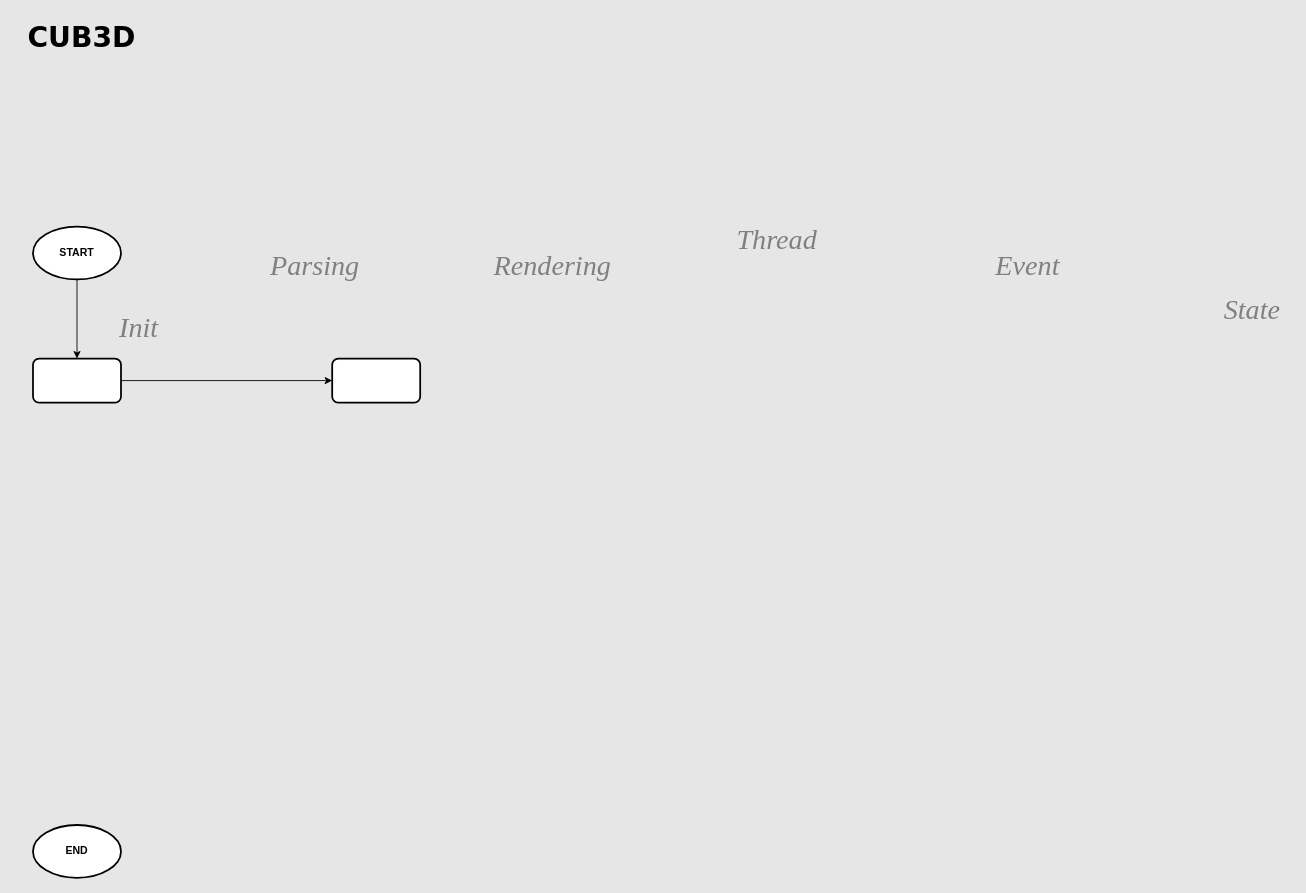
A1astar/cub3d keeps this draw.io diagram as diagram/cub3d.drawio. Above is the earlier version. Source tidied: cells renumbered, new cells numbered last; positions are measured from the earlier drawing's top-left corner, leaving out a move shared by most shapes. Both pictures are drawn from the tidied source at 88%, with x=0, y=0 at pixel (15, 15).
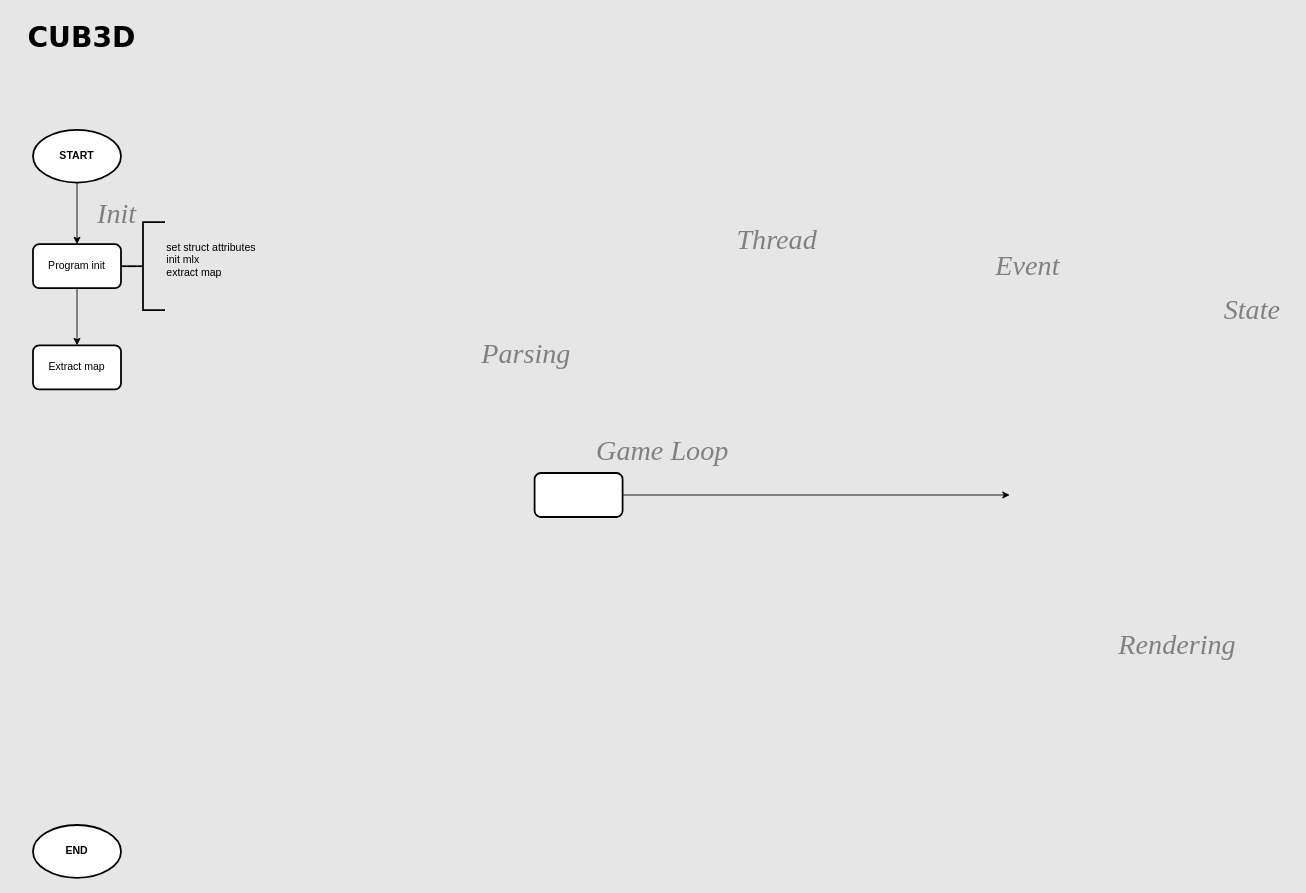
Above is the later version.

Change to the diagram source:
```diff
@@
 <mxGraphModel background="#E6E6E6">
   <root>
     <mxCell id="0" />
     <mxCell id="1" parent="0" />
     <mxCell id="2" value="&lt;font face=&quot;Verdana&quot; style=&quot;font-size: 32px; color: rgb(0, 0, 0);&quot;&gt;&lt;b style=&quot;&quot;&gt;CUB3D&lt;/b&gt;&lt;/font&gt;" style="text;html=1;align=center;verticalAlign=middle;strokeColor=none;fillColor=none;" parent="1" vertex="1">
       <mxGeometry width="150" height="50" as="geometry" />
     </mxCell>
     <mxCell id="3" value="&lt;font face=&quot;Times New Roman&quot; style=&quot;font-size: 32px; color: rgb(128, 128, 128);&quot;&gt;&lt;i style=&quot;&quot;&gt;Parsing&lt;/i&gt;&lt;/font&gt;" style="text;html=1;align=center;verticalAlign=middle;strokeColor=none;fillColor=none;" parent="1" vertex="1">
-      <mxGeometry x="280" y="260" width="120" height="50" as="geometry" />
+      <mxGeometry x="520" y="360" width="120" height="50" as="geometry" />
     </mxCell>
     <mxCell id="4" value="&lt;font face=&quot;Times New Roman&quot; style=&quot;font-size: 32px; color: rgb(128, 128, 128);&quot;&gt;&lt;i style=&quot;&quot;&gt;Rendering&lt;/i&gt;&lt;/font&gt;" style="text;html=1;align=center;verticalAlign=middle;strokeColor=none;fillColor=none;" parent="1" vertex="1">
-      <mxGeometry x="530" y="260" width="160" height="50" as="geometry" />
+      <mxGeometry x="1240" y="690" width="160" height="50" as="geometry" />
     </mxCell>
     <mxCell id="5" value="&lt;font face=&quot;Times New Roman&quot; style=&quot;font-size: 32px; color: rgb(128, 128, 128);&quot;&gt;&lt;i style=&quot;&quot;&gt;Thread&lt;/i&gt;&lt;/font&gt;" style="text;html=1;align=center;verticalAlign=middle;strokeColor=none;fillColor=none;" parent="1" vertex="1">
       <mxGeometry x="810" y="230" width="110" height="50" as="geometry" />
     </mxCell>
     <mxCell id="6" value="&lt;font face=&quot;Times New Roman&quot; style=&quot;font-size: 32px; color: rgb(128, 128, 128);&quot;&gt;&lt;i style=&quot;&quot;&gt;Event&lt;/i&gt;&lt;/font&gt;" style="text;html=1;align=center;verticalAlign=middle;strokeColor=none;fillColor=none;" parent="1" vertex="1">
       <mxGeometry x="1100" y="260" width="100" height="50" as="geometry" />
     </mxCell>
     <mxCell id="7" value="&lt;font face=&quot;Times New Roman&quot; style=&quot;font-size: 32px; color: rgb(128, 128, 128);&quot;&gt;&lt;i style=&quot;&quot;&gt;State&lt;/i&gt;&lt;/font&gt;" style="text;html=1;align=center;verticalAlign=middle;strokeColor=none;fillColor=none;" parent="1" vertex="1">
       <mxGeometry x="1360" y="310" width="90" height="50" as="geometry" />
     </mxCell>
-    <mxCell id="8" style="edgeStyle=orthogonalEdgeStyle;rounded=0;jettySize=auto;html=1;" parent="1" edge="1" source="9">
-      <mxGeometry relative="1" as="geometry">
-        <mxPoint x="70" y="390" as="targetPoint" />
-      </mxGeometry>
+    <mxCell id="8" style="edgeStyle=orthogonalEdgeStyle;rounded=0;jettySize=auto;html=1;entryX=0.5;entryY=0;entryDx=0;entryDy=0;" parent="1" edge="1" source="9" target="12">
+      <mxGeometry relative="1" as="geometry" />
     </mxCell>
     <mxCell id="9" value="&lt;b&gt;START&lt;/b&gt;" style="strokeWidth=2;html=1;shape=mxgraph.flowchart.start_1;whiteSpace=wrap;" parent="1" vertex="1">
-      <mxGeometry x="20" y="240" width="100" height="60" as="geometry" />
+      <mxGeometry x="20" y="130" width="100" height="60" as="geometry" />
     </mxCell>
     <mxCell id="10" value="&lt;b&gt;END&lt;/b&gt;" style="strokeWidth=2;html=1;shape=mxgraph.flowchart.start_1;whiteSpace=wrap;" parent="1" vertex="1">
       <mxGeometry x="20" y="920" width="100" height="60" as="geometry" />
     </mxCell>
     <mxCell id="11" style="edgeStyle=orthogonalEdgeStyle;rounded=0;jettySize=auto;html=1;" parent="1" edge="1" source="12" target="13">
       <mxGeometry relative="1" as="geometry" />
     </mxCell>
-    <mxCell id="12" style="rounded=1;whiteSpace=wrap;html=1;absoluteArcSize=1;arcSize=14;strokeWidth=2;" parent="1" vertex="1">
-      <mxGeometry x="20" y="390" width="100" height="50" as="geometry" />
+    <mxCell id="12" value="Program init" style="rounded=1;whiteSpace=wrap;html=1;absoluteArcSize=1;arcSize=14;strokeWidth=2;" parent="1" vertex="1">
+      <mxGeometry x="20" y="260" width="100" height="50" as="geometry" />
     </mxCell>
-    <mxCell id="13" style="rounded=1;whiteSpace=wrap;html=1;absoluteArcSize=1;arcSize=14;strokeWidth=2;" parent="1" vertex="1">
-      <mxGeometry x="360" y="390" width="100" height="50" as="geometry" />
+    <mxCell id="13" value="Extract map" style="rounded=1;whiteSpace=wrap;html=1;absoluteArcSize=1;arcSize=14;strokeWidth=2;" parent="1" vertex="1">
+      <mxGeometry x="20" y="375" width="100" height="50" as="geometry" />
     </mxCell>
     <mxCell id="14" value="&lt;font face=&quot;Times New Roman&quot; style=&quot;font-size: 32px; color: rgb(128, 128, 128);&quot;&gt;&lt;i style=&quot;&quot;&gt;Init&lt;/i&gt;&lt;/font&gt;" style="text;html=1;align=center;verticalAlign=middle;strokeColor=none;fillColor=none;" parent="1" vertex="1">
-      <mxGeometry x="105" y="330" width="70" height="50" as="geometry" />
+      <mxGeometry x="80" y="200" width="70" height="50" as="geometry" />
     </mxCell>
+    <mxCell id="15" value="&lt;font face=&quot;Times New Roman&quot; style=&quot;font-size: 32px; color: rgb(128, 128, 128);&quot;&gt;&lt;i style=&quot;&quot;&gt;Game Loop&lt;/i&gt;&lt;/font&gt;" style="text;html=1;align=center;verticalAlign=middle;strokeColor=none;fillColor=none;" parent="1" vertex="1">
+      <mxGeometry x="650" y="470" width="170" height="50" as="geometry" />
+    </mxCell>
+    <mxCell id="16" style="edgeStyle=orthogonalEdgeStyle;rounded=0;jettySize=auto;html=1;" parent="1" edge="1" source="17">
+      <mxGeometry relative="1" as="geometry">
+        <mxPoint x="1130" y="545" as="targetPoint" />
+      </mxGeometry>
+    </mxCell>
+    <mxCell id="17" style="rounded=1;whiteSpace=wrap;html=1;absoluteArcSize=1;arcSize=14;strokeWidth=2;" parent="1" vertex="1">
+      <mxGeometry x="590" y="520" width="100" height="50" as="geometry" />
+    </mxCell>
+    <mxCell id="18" value="&lt;div&gt;set struct attributes&lt;/div&gt;&lt;div&gt;init mlx&lt;/div&gt;&lt;div&gt;extract map&lt;/div&gt;&lt;div&gt;&lt;br&gt;&lt;/div&gt;" style="strokeWidth=2;html=1;shape=mxgraph.flowchart.annotation_2;align=left;labelPosition=right;" parent="1" vertex="1">
+      <mxGeometry x="120" y="235" width="50" height="100" as="geometry" />
+    </mxCell>
   </root>
 </mxGraphModel>
```
